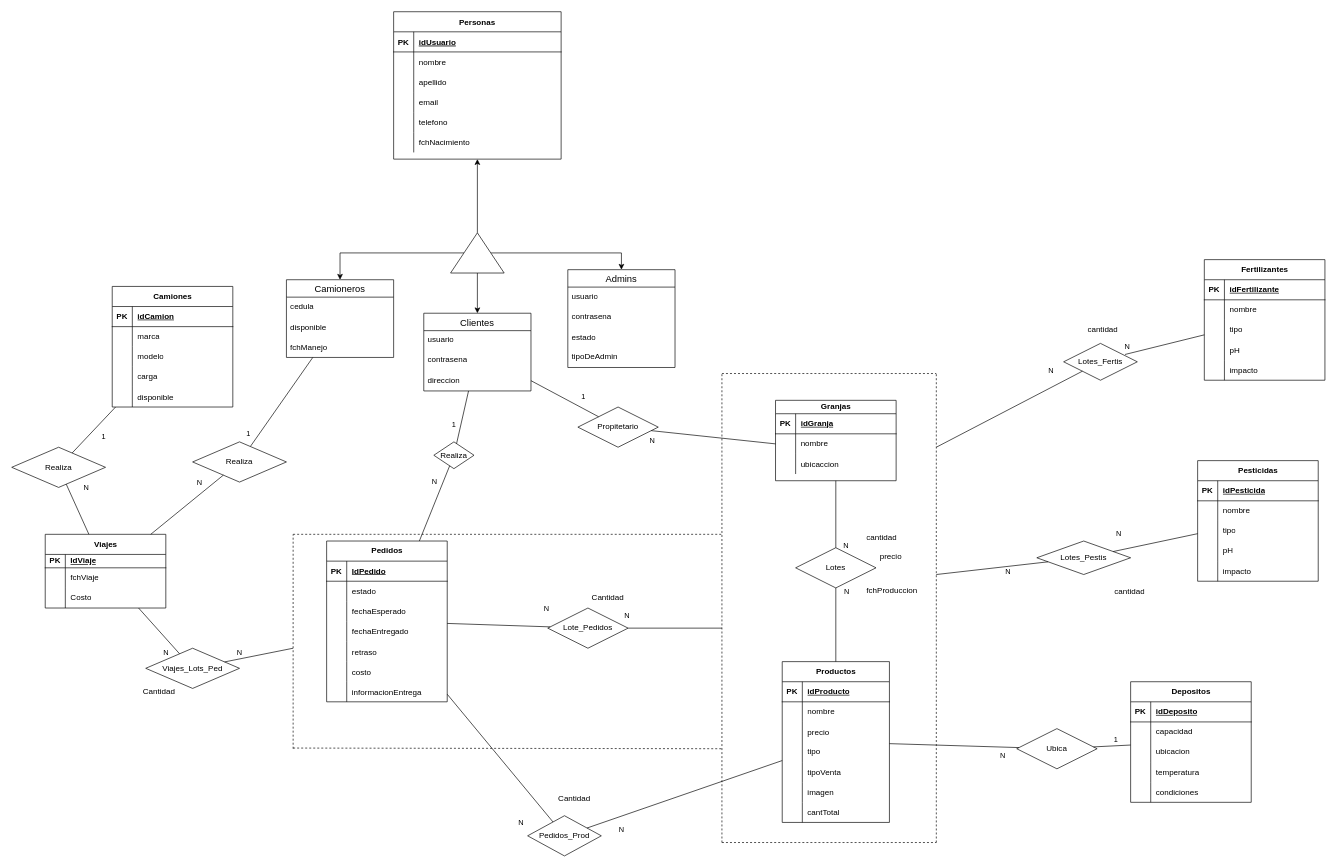
The draw.io diagram Documentacion/MER.drawio in MatiasErra/ProyectoFinal, before the edit. Source tidied: cells renumbered, new cells numbered last; positions are measured from the earlier drawing's top-left corner, leaving out a move shared by most shapes. Both pictures are drawn from the tidied source at 67%, with x=0, y=0 at pixel (11, 11).
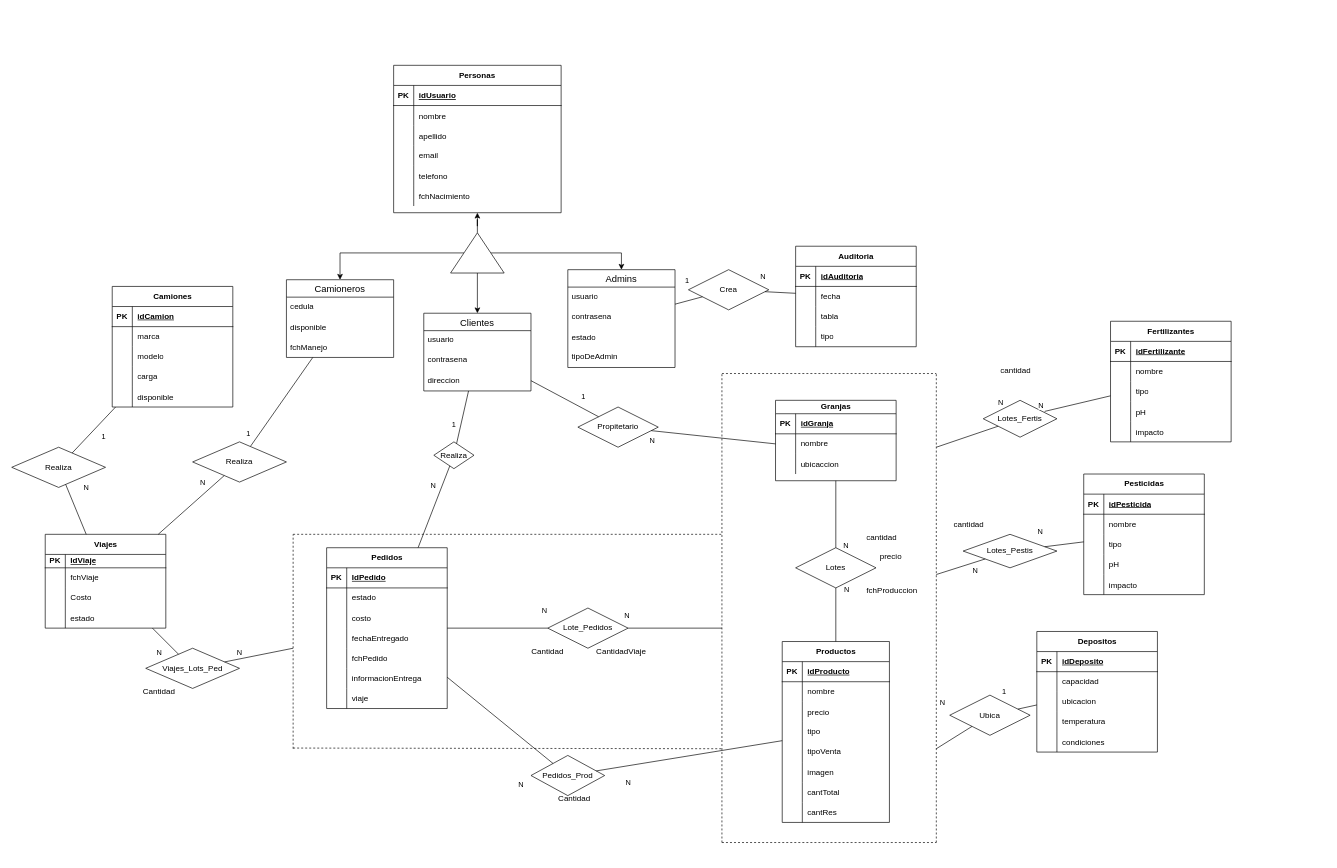
Above is the later version.

Unchanged cells that the change refers to:
```xml
<mxCell id="34" value="Admins" style="swimlane;fontStyle=0;horizontal=1;startSize=26;align=center;fontSize=14;" parent="1" vertex="1">
  <mxGeometry x="830" y="385" width="160" height="146" as="geometry" />
</mxCell>
<mxCell id="188" style="endArrow=none;html=1;rounded=0;" parent="1" edge="1" source="185" target="78">
  <mxGeometry relative="1" as="geometry" />
</mxCell>
<mxCell id="230" style="endArrow=none;html=1;rounded=0;" parent="1" edge="1" source="214" target="229">
  <mxGeometry relative="1" as="geometry" />
</mxCell>
```

The edit, as a diff of the source:
```diff
@@
     <mxCell id="2" value="Personas" style="shape=table;startSize=30;childLayout=tableLayout;rowLines=0;fontStyle=1;align=center;" parent="1" vertex="1">
-      <mxGeometry x="570" width="250" height="220" as="geometry" />
+      <mxGeometry x="570" y="80" width="250" height="220" as="geometry" />
     </mxCell>
@@
     <mxCell id="56" value="Pedidos" style="shape=table;startSize=30;childLayout=tableLayout;rowLines=0;fontStyle=1;align=center;html=1;" parent="1" vertex="1">
-      <mxGeometry x="470" y="790" width="180" height="240" as="geometry" />
+      <mxGeometry x="470" y="800" width="180" height="240" as="geometry" />
     </mxCell>
@@
+    <mxCell id="72" style="shape=tableRow;horizontal=0;startSize=0;swimlaneHead=0;swimlaneBody=0;fillColor=none;top=0;left=0;right=0;bottom=0;" parent="56" vertex="1">
+      <mxGeometry y="90" width="180" height="30" as="geometry" />
+    </mxCell>
+    <mxCell id="73" style="shape=partialRectangle;fillColor=none;top=0;left=0;bottom=0;right=0;overflow=hidden;" parent="72" vertex="1">
+      <mxGeometry width="30" height="30" as="geometry" />
+    </mxCell>
+    <mxCell id="74" value="costo" style="shape=partialRectangle;fillColor=none;top=0;left=0;bottom=0;right=0;align=left;spacingLeft=6;overflow=hidden;" parent="72" vertex="1">
+      <mxGeometry x="30" width="150" height="30" as="geometry" />
+    </mxCell>
+    <mxCell id="66" style="shape=tableRow;horizontal=0;startSize=0;swimlaneHead=0;swimlaneBody=0;fillColor=none;top=0;left=0;right=0;bottom=0;" parent="56" vertex="1">
+      <mxGeometry y="120" width="180" height="30" as="geometry" />
+    </mxCell>
+    <mxCell id="67" style="shape=partialRectangle;fillColor=none;top=0;left=0;bottom=0;right=0;overflow=hidden;whiteSpace=wrap;html=1;" parent="66" vertex="1">
+      <mxGeometry width="30" height="30" as="geometry" />
+    </mxCell>
+    <mxCell id="68" value="fechaEntregado" style="shape=partialRectangle;fillColor=none;top=0;left=0;bottom=0;right=0;align=left;spacingLeft=6;overflow=hidden;whiteSpace=wrap;html=1;" parent="66" vertex="1">
+      <mxGeometry x="30" width="150" height="30" as="geometry" />
+    </mxCell>
     <mxCell id="63" style="shape=tableRow;horizontal=0;startSize=0;swimlaneHead=0;swimlaneBody=0;fillColor=none;top=0;left=0;right=0;bottom=0;" parent="56" vertex="1">
-      <mxGeometry y="90" width="180" height="30" as="geometry" />
+      <mxGeometry y="150" width="180" height="30" as="geometry" />
     </mxCell>
@@
-    <mxCell id="65" value="fechaEsperado" style="shape=partialRectangle;fillColor=none;top=0;left=0;bottom=0;right=0;align=left;spacingLeft=6;overflow=hidden;whiteSpace=wrap;html=1;" parent="63" vertex="1">
+    <mxCell id="65" value="fchPedido" style="shape=partialRectangle;fillColor=none;top=0;left=0;bottom=0;right=0;align=left;spacingLeft=6;overflow=hidden;whiteSpace=wrap;html=1;" parent="63" vertex="1">
       <mxGeometry x="30" width="150" height="30" as="geometry" />
     </mxCell>
-    <mxCell id="66" style="shape=tableRow;horizontal=0;startSize=0;swimlaneHead=0;swimlaneBody=0;fillColor=none;top=0;left=0;right=0;bottom=0;" parent="56" vertex="1">
-      <mxGeometry y="120" width="180" height="30" as="geometry" />
-    </mxCell>
-    <mxCell id="67" style="shape=partialRectangle;fillColor=none;top=0;left=0;bottom=0;right=0;overflow=hidden;whiteSpace=wrap;html=1;" parent="66" vertex="1">
-      <mxGeometry width="30" height="30" as="geometry" />
-    </mxCell>
-    <mxCell id="68" value="fechaEntregado" style="shape=partialRectangle;fillColor=none;top=0;left=0;bottom=0;right=0;align=left;spacingLeft=6;overflow=hidden;whiteSpace=wrap;html=1;" parent="66" vertex="1">
-      <mxGeometry x="30" width="150" height="30" as="geometry" />
-    </mxCell>
+    <mxCell id="75" style="shape=tableRow;horizontal=0;startSize=0;swimlaneHead=0;swimlaneBody=0;fillColor=none;top=0;left=0;right=0;bottom=0;" parent="56" vertex="1">
+      <mxGeometry y="180" width="180" height="30" as="geometry" />
+    </mxCell>
+    <mxCell id="76" style="shape=partialRectangle;fillColor=none;top=0;left=0;bottom=0;right=0;overflow=hidden;" parent="75" vertex="1">
+      <mxGeometry width="30" height="30" as="geometry" />
+    </mxCell>
+    <mxCell id="77" value="informacionEntrega" style="shape=partialRectangle;fillColor=none;top=0;left=0;bottom=0;right=0;align=left;spacingLeft=6;overflow=hidden;" parent="75" vertex="1">
+      <mxGeometry x="30" width="150" height="30" as="geometry" />
+    </mxCell>
     <mxCell id="69" style="shape=tableRow;horizontal=0;startSize=0;swimlaneHead=0;swimlaneBody=0;fillColor=none;top=0;left=0;right=0;bottom=0;" parent="56" vertex="1">
-      <mxGeometry y="150" width="180" height="30" as="geometry" />
+      <mxGeometry y="210" width="180" height="30" as="geometry" />
     </mxCell>
@@
-    <mxCell id="71" value="retraso" style="shape=partialRectangle;fillColor=none;top=0;left=0;bottom=0;right=0;align=left;spacingLeft=6;overflow=hidden;" parent="69" vertex="1">
+    <mxCell id="71" value="viaje" style="shape=partialRectangle;fillColor=none;top=0;left=0;bottom=0;right=0;align=left;spacingLeft=6;overflow=hidden;" parent="69" vertex="1">
       <mxGeometry x="30" width="150" height="30" as="geometry" />
     </mxCell>
-    <mxCell id="72" style="shape=tableRow;horizontal=0;startSize=0;swimlaneHead=0;swimlaneBody=0;fillColor=none;top=0;left=0;right=0;bottom=0;" parent="56" vertex="1">
-      <mxGeometry y="180" width="180" height="30" as="geometry" />
-    </mxCell>
-    <mxCell id="73" style="shape=partialRectangle;fillColor=none;top=0;left=0;bottom=0;right=0;overflow=hidden;" parent="72" vertex="1">
-      <mxGeometry width="30" height="30" as="geometry" />
-    </mxCell>
-    <mxCell id="74" value="costo" style="shape=partialRectangle;fillColor=none;top=0;left=0;bottom=0;right=0;align=left;spacingLeft=6;overflow=hidden;" parent="72" vertex="1">
-      <mxGeometry x="30" width="150" height="30" as="geometry" />
-    </mxCell>
-    <mxCell id="75" style="shape=tableRow;horizontal=0;startSize=0;swimlaneHead=0;swimlaneBody=0;fillColor=none;top=0;left=0;right=0;bottom=0;" parent="56" vertex="1">
-      <mxGeometry y="210" width="180" height="30" as="geometry" />
-    </mxCell>
-    <mxCell id="76" style="shape=partialRectangle;fillColor=none;top=0;left=0;bottom=0;right=0;overflow=hidden;" parent="75" vertex="1">
-      <mxGeometry width="30" height="30" as="geometry" />
-    </mxCell>
-    <mxCell id="77" value="informacionEntrega" style="shape=partialRectangle;fillColor=none;top=0;left=0;bottom=0;right=0;align=left;spacingLeft=6;overflow=hidden;" parent="75" vertex="1">
-      <mxGeometry x="30" width="150" height="30" as="geometry" />
-    </mxCell>
     <mxCell id="78" value="Depositos" style="shape=table;startSize=30;childLayout=tableLayout;rowLines=0;fontStyle=1;align=center;html=1;" parent="1" vertex="1">
-      <mxGeometry x="1670" y="1000" width="180" height="180" as="geometry" />
+      <mxGeometry x="1530" y="925" width="180" height="180" as="geometry" />
     </mxCell>
@@
     <mxCell id="94" value="Productos" style="shape=table;startSize=30;childLayout=tableLayout;rowLines=0;fontStyle=1;align=center;html=1;" parent="1" vertex="1">
-      <mxGeometry x="1150" y="970" width="160" height="240" as="geometry" />
+      <mxGeometry x="1150" y="940" width="160" height="270" as="geometry" />
     </mxCell>
@@
+    <mxCell id="238" style="shape=tableRow;horizontal=0;startSize=0;swimlaneHead=0;swimlaneBody=0;fillColor=none;top=0;left=0;right=0;bottom=0;" parent="94" vertex="1">
+      <mxGeometry y="240" width="160" height="30" as="geometry" />
+    </mxCell>
+    <mxCell id="239" style="shape=partialRectangle;fillColor=none;top=0;left=0;bottom=0;right=0;overflow=hidden;" parent="238" vertex="1">
+      <mxGeometry width="30" height="30" as="geometry" />
+    </mxCell>
+    <mxCell id="240" value="cantRes" style="shape=partialRectangle;fillColor=none;top=0;left=0;bottom=0;right=0;align=left;spacingLeft=6;overflow=hidden;" parent="238" vertex="1">
+      <mxGeometry x="30" width="130" height="30" as="geometry" />
+    </mxCell>
@@
     <mxCell id="134" value="Fertilizantes" style="shape=table;startSize=30;childLayout=tableLayout;rowLines=0;fontStyle=1;align=center;html=1;" parent="1" vertex="1">
-      <mxGeometry x="1780" y="370" width="180" height="180" as="geometry" />
+      <mxGeometry x="1640" y="462" width="180" height="180" as="geometry" />
     </mxCell>
@@
     <mxCell id="150" value="Pesticidas" style="shape=table;startSize=30;childLayout=tableLayout;rowLines=0;fontStyle=1;align=center;html=1;" parent="1" vertex="1">
-      <mxGeometry x="1770" y="670" width="180" height="180" as="geometry" />
+      <mxGeometry x="1600" y="690" width="180" height="180" as="geometry" />
     </mxCell>
@@
     <mxCell id="175" value="Lotes_Pestis" style="shape=rhombus;perimeter=rhombusPerimeter;whiteSpace=wrap;html=1;align=center;" parent="1" vertex="1">
-      <mxGeometry x="1530" y="790" width="140" height="50" as="geometry" />
+      <mxGeometry x="1420" y="780" width="140" height="50" as="geometry" />
     </mxCell>
     <mxCell id="176" value="Lotes_Fertis" style="shape=rhombus;perimeter=rhombusPerimeter;whiteSpace=wrap;html=1;align=center;" parent="1" vertex="1">
-      <mxGeometry x="1570" y="495" width="110" height="55" as="geometry" />
+      <mxGeometry x="1450" y="580" width="110" height="55" as="geometry" />
     </mxCell>
@@
     <mxCell id="185" value="Ubica" style="shape=rhombus;perimeter=rhombusPerimeter;whiteSpace=wrap;html=1;align=center;" parent="1" vertex="1">
-      <mxGeometry x="1500" y="1070" width="120" height="60" as="geometry" />
+      <mxGeometry x="1400" y="1020" width="120" height="60" as="geometry" />
     </mxCell>
-    <mxCell id="186" style="endArrow=none;html=1;rounded=0;" parent="1" edge="1" source="94" target="185">
-      <mxGeometry relative="1" as="geometry" />
+    <mxCell id="186" style="endArrow=none;html=1;rounded=0;" parent="1" edge="1" target="185">
+      <mxGeometry relative="1" as="geometry">
+        <mxPoint x="1380" y="1100" as="sourcePoint" />
+      </mxGeometry>
     </mxCell>
     <mxCell id="187" value="N" style="edgeLabel;html=1;align=center;verticalAlign=middle;" parent="186" vertex="1">
       <mxGeometry x="-0.35" y="2" relative="1" as="geometry">
-        <mxPoint x="105" y="17" as="offset" />
+        <mxPoint x="-7" y="-57" as="offset" />
       </mxGeometry>
     </mxCell>
@@
     <mxCell id="189" value="1" style="edgeLabel;html=1;align=center;verticalAlign=middle;" parent="188" vertex="1">
       <mxGeometry x="-0.27" y="2" relative="1" as="geometry">
-        <mxPoint x="13" y="-8" as="offset" />
+        <mxPoint x="-32" y="-22" as="offset" />
       </mxGeometry>
     </mxCell>
@@
     <mxCell id="199" value="cantidad" style="text;strokeColor=none;fillColor=none;align=left;verticalAlign=middle;spacingLeft=4;spacingRight=4;overflow=hidden;whiteSpace=wrap;html=1;" parent="1" vertex="1">
-      <mxGeometry x="1600" y="460" width="80" height="30" as="geometry" />
+      <mxGeometry x="1470" y="520" width="80" height="30" as="geometry" />
     </mxCell>
     <mxCell id="200" value="cantidad" style="text;strokeColor=none;fillColor=none;align=left;verticalAlign=middle;spacingLeft=4;spacingRight=4;overflow=hidden;whiteSpace=wrap;html=1;" parent="1" vertex="1">
-      <mxGeometry x="1640" y="850" width="80" height="30" as="geometry" />
+      <mxGeometry x="1400" y="750" width="80" height="30" as="geometry" />
     </mxCell>
     <mxCell id="201" value="Pedidos_Prod&lt;br&gt;" style="rhombus;whiteSpace=wrap;html=1;" parent="1" vertex="1">
-      <mxGeometry x="770" y="1200" width="110" height="60" as="geometry" />
+      <mxGeometry x="775" y="1110" width="110" height="60" as="geometry" />
     </mxCell>
@@
     <mxCell id="206" value="Cantidad" style="text;html=1;strokeColor=none;fillColor=none;align=center;verticalAlign=middle;whiteSpace=wrap;rounded=0;" parent="1" vertex="1">
-      <mxGeometry x="860" y="860" width="60" height="30" as="geometry" />
+      <mxGeometry x="770" y="940" width="60" height="30" as="geometry" />
     </mxCell>
@@
     <mxCell id="214" value="Viajes" style="shape=table;startSize=30;childLayout=tableLayout;rowLines=0;fontStyle=1;align=center;html=1;" parent="1" vertex="1">
-      <mxGeometry x="50" y="780" width="180" height="110" as="geometry" />
+      <mxGeometry x="50" y="780" width="180" height="140" as="geometry" />
     </mxCell>
@@
+    <mxCell id="241" style="shape=tableRow;horizontal=0;startSize=0;swimlaneHead=0;swimlaneBody=0;fillColor=none;top=0;left=0;right=0;bottom=0;" parent="214" vertex="1">
+      <mxGeometry y="110" width="180" height="30" as="geometry" />
+    </mxCell>
+    <mxCell id="242" style="shape=partialRectangle;fillColor=none;top=0;left=0;bottom=0;right=0;overflow=hidden;" parent="241" vertex="1">
+      <mxGeometry width="30" height="30" as="geometry" />
+    </mxCell>
+    <mxCell id="243" value="estado" style="shape=partialRectangle;fillColor=none;top=0;left=0;bottom=0;right=0;align=left;spacingLeft=6;overflow=hidden;" parent="241" vertex="1">
+      <mxGeometry x="30" width="150" height="30" as="geometry" />
+    </mxCell>
@@
     <mxCell id="231" value="N" style="edgeLabel;html=1;align=center;verticalAlign=middle;" parent="230" vertex="1">
       <mxGeometry x="0.57" y="-1" relative="1" as="geometry">
-        <mxPoint x="-7" y="11" as="offset" />
+        <mxPoint x="-20" y="4" as="offset" />
       </mxGeometry>
     </mxCell>
@@
+    <mxCell id="244" value="CantidadViaje" style="text;html=1;strokeColor=none;fillColor=none;align=center;verticalAlign=middle;whiteSpace=wrap;rounded=0;" parent="1" vertex="1">
+      <mxGeometry x="870" y="940" width="80" height="30" as="geometry" />
+    </mxCell>
+    <mxCell id="245" value="Auditoria" style="shape=table;startSize=30;childLayout=tableLayout;rowLines=0;fontStyle=1;align=center;html=1;" parent="1" vertex="1">
+      <mxGeometry x="1170" y="350" width="180" height="150" as="geometry" />
+    </mxCell>
+    <mxCell id="246" style="shape=tableRow;horizontal=0;startSize=0;swimlaneHead=0;swimlaneBody=0;fillColor=none;top=0;left=0;right=0;bottom=1;" parent="245" vertex="1">
+      <mxGeometry y="30" width="180" height="30" as="geometry" />
+    </mxCell>
+    <mxCell id="247" value="PK" style="shape=partialRectangle;fillColor=none;top=0;left=0;bottom=0;right=0;fontStyle=1;overflow=hidden;whiteSpace=wrap;html=1;" parent="246" vertex="1">
+      <mxGeometry width="30" height="30" as="geometry" />
+    </mxCell>
+    <mxCell id="248" value="idAuditoria" style="shape=partialRectangle;fillColor=none;top=0;left=0;bottom=0;right=0;align=left;spacingLeft=6;fontStyle=5;overflow=hidden;whiteSpace=wrap;html=1;" parent="246" vertex="1">
+      <mxGeometry x="30" width="150" height="30" as="geometry" />
+    </mxCell>
+    <mxCell id="249" style="shape=tableRow;horizontal=0;startSize=0;swimlaneHead=0;swimlaneBody=0;fillColor=none;top=0;left=0;right=0;bottom=0;" parent="245" vertex="1">
+      <mxGeometry y="60" width="180" height="30" as="geometry" />
+    </mxCell>
+    <mxCell id="250" style="shape=partialRectangle;fillColor=none;top=0;left=0;bottom=0;right=0;overflow=hidden;whiteSpace=wrap;html=1;" parent="249" vertex="1">
+      <mxGeometry width="30" height="30" as="geometry" />
+    </mxCell>
+    <mxCell id="251" value="fecha" style="shape=partialRectangle;fillColor=none;top=0;left=0;bottom=0;right=0;align=left;spacingLeft=6;overflow=hidden;whiteSpace=wrap;html=1;" parent="249" vertex="1">
+      <mxGeometry x="30" width="150" height="30" as="geometry" />
+    </mxCell>
+    <mxCell id="252" style="shape=tableRow;horizontal=0;startSize=0;swimlaneHead=0;swimlaneBody=0;fillColor=none;top=0;left=0;right=0;bottom=0;" parent="245" vertex="1">
+      <mxGeometry y="90" width="180" height="30" as="geometry" />
+    </mxCell>
+    <mxCell id="253" style="shape=partialRectangle;fillColor=none;top=0;left=0;bottom=0;right=0;overflow=hidden;whiteSpace=wrap;html=1;" parent="252" vertex="1">
+      <mxGeometry width="30" height="30" as="geometry" />
+    </mxCell>
+    <mxCell id="254" value="tabla" style="shape=partialRectangle;fillColor=none;top=0;left=0;bottom=0;right=0;align=left;spacingLeft=6;overflow=hidden;whiteSpace=wrap;html=1;" parent="252" vertex="1">
+      <mxGeometry x="30" width="150" height="30" as="geometry" />
+    </mxCell>
+    <mxCell id="255" style="shape=tableRow;horizontal=0;startSize=0;swimlaneHead=0;swimlaneBody=0;fillColor=none;top=0;left=0;right=0;bottom=0;" parent="245" vertex="1">
+      <mxGeometry y="120" width="180" height="30" as="geometry" />
+    </mxCell>
+    <mxCell id="256" style="shape=partialRectangle;fillColor=none;top=0;left=0;bottom=0;right=0;overflow=hidden;whiteSpace=wrap;html=1;" parent="255" vertex="1">
+      <mxGeometry width="30" height="30" as="geometry" />
+    </mxCell>
+    <mxCell id="257" value="tipo" style="shape=partialRectangle;fillColor=none;top=0;left=0;bottom=0;right=0;align=left;spacingLeft=6;overflow=hidden;whiteSpace=wrap;html=1;" parent="255" vertex="1">
+      <mxGeometry x="30" width="150" height="30" as="geometry" />
+    </mxCell>
+    <mxCell id="258" value="Crea" style="shape=rhombus;perimeter=rhombusPerimeter;whiteSpace=wrap;html=1;align=center;" parent="1" vertex="1">
+      <mxGeometry x="1010" y="385" width="120" height="60" as="geometry" />
+    </mxCell>
+    <mxCell id="259" style="endArrow=none;html=1;rounded=0;" parent="1" edge="1" source="34" target="258">
+      <mxGeometry relative="1" as="geometry" />
+    </mxCell>
+    <mxCell id="260" value="1" style="edgeLabel;html=1;align=center;verticalAlign=middle;" parent="259" vertex="1">
+      <mxGeometry x="-0.14" relative="1" as="geometry">
+        <mxPoint y="-30" as="offset" />
+      </mxGeometry>
+    </mxCell>
+    <mxCell id="261" style="endArrow=none;html=1;rounded=0;" parent="1" edge="1" source="258" target="245">
+      <mxGeometry relative="1" as="geometry" />
+    </mxCell>
+    <mxCell id="262" value="N" style="edgeLabel;html=1;align=center;verticalAlign=middle;" parent="261" vertex="1">
+      <mxGeometry x="-0.11" y="-2" relative="1" as="geometry">
+        <mxPoint x="-24" y="-26" as="offset" />
+      </mxGeometry>
+    </mxCell>
```
